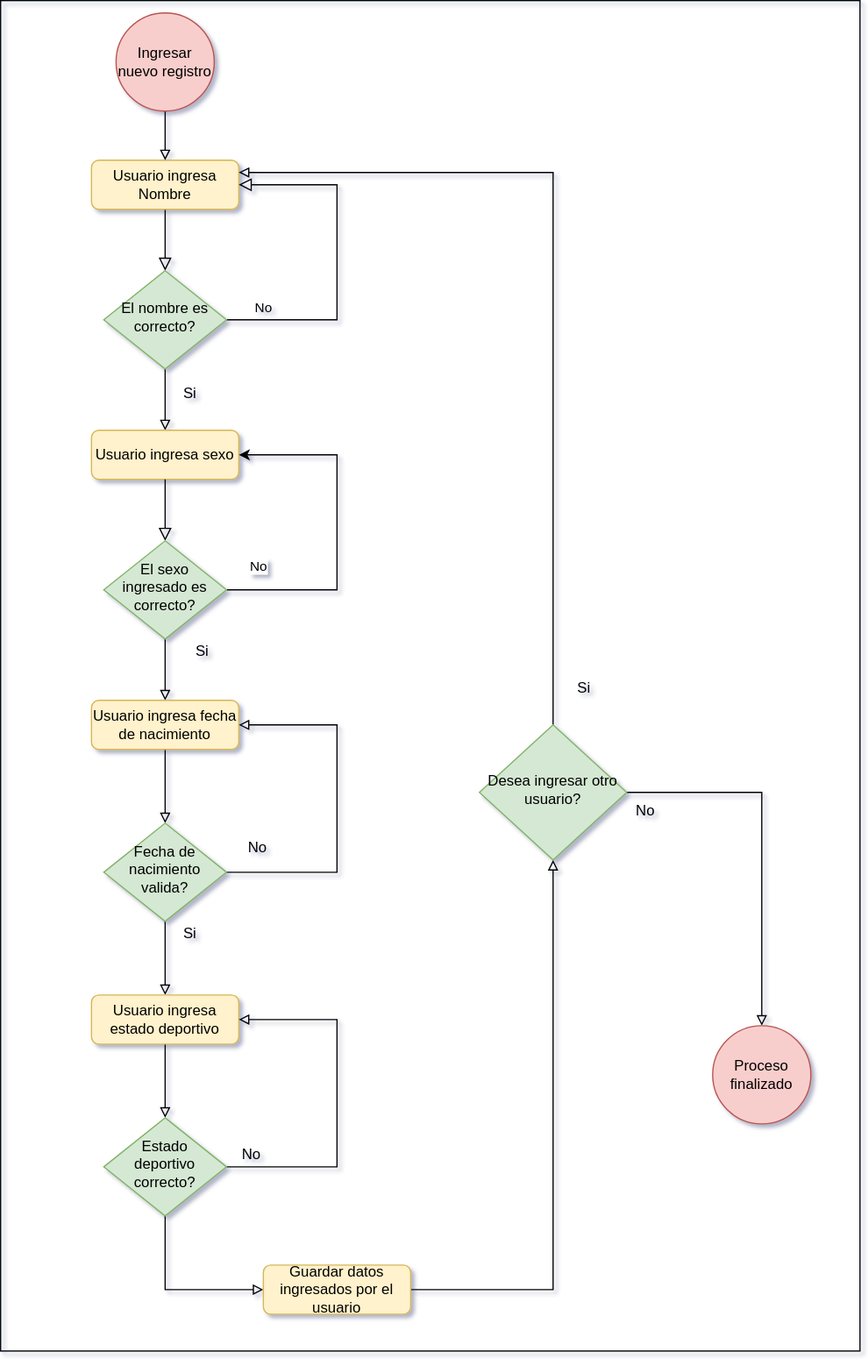
MaxIbanez/Taller1P1_MI_JC keeps this draw.io diagram as Diagramas/DiagFlujoIngresarPersona.svg. Above is the earlier version. Source tidied: cells renumbered, new cells last; positions are measured from the earlier drawing's top-left corner, leaving out a move shared by most shapes.
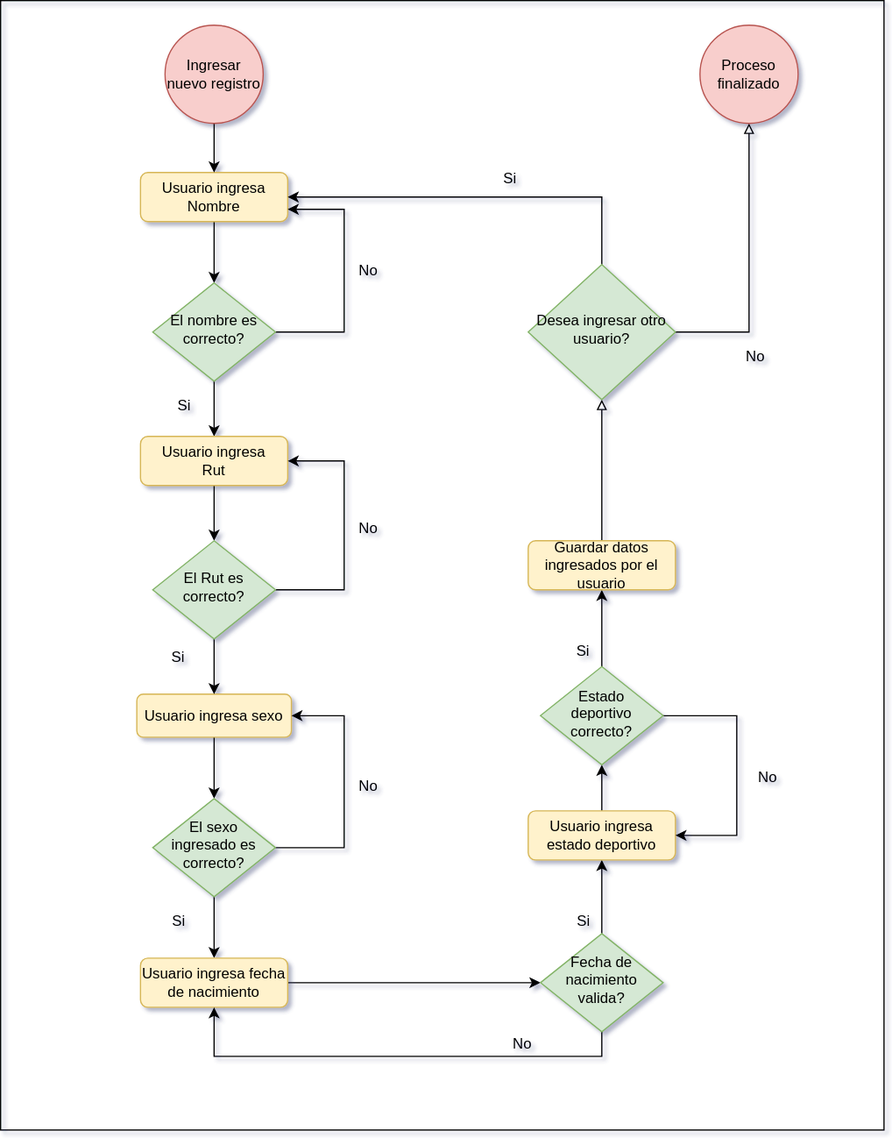
After the commit.

Diff of the diagram source:
```diff
@@ -2,150 +2,172 @@
   <root>
     <mxCell id="0" />
     <mxCell id="1" parent="0" />
-    <mxCell id="2" style="rounded=0;html=1;jettySize=auto;fontSize=11;endArrow=block;endFill=0;endSize=8;strokeWidth=1;shadow=0;labelBackgroundColor=none;edgeStyle=orthogonalEdgeStyle;" parent="1" edge="1" source="3" target="6">
+    <mxCell id="2" style="edgeStyle=orthogonalEdgeStyle;rounded=0;jettySize=auto;html=1;" parent="1" edge="1" source="3" target="6">
       <mxGeometry relative="1" as="geometry" />
     </mxCell>
     <mxCell id="3" value="Usuario ingresa Nombre" style="rounded=1;whiteSpace=wrap;html=1;fontSize=12;glass=0;strokeWidth=1;shadow=0;fillColor=#fff2cc;strokeColor=#d6b656;" parent="1" vertex="1">
       <mxGeometry x="74" y="130" width="120" height="40" as="geometry" />
     </mxCell>
+    <mxCell id="39" style="edgeStyle=orthogonalEdgeStyle;rounded=0;jettySize=auto;html=1;entryX=0.5;entryY=0;entryDx=0;entryDy=0;" parent="1" edge="1" source="6" target="43">
+      <mxGeometry relative="1" as="geometry" />
+    </mxCell>
-    <mxCell id="4" value="No" style="edgeStyle=orthogonalEdgeStyle;rounded=0;html=1;jettySize=auto;fontSize=11;endArrow=block;endFill=0;endSize=8;strokeWidth=1;shadow=0;labelBackgroundColor=none;entryX=1;entryY=0.5;entryDx=0;entryDy=0;" parent="1" edge="1" source="6" target="3">
-      <mxGeometry x="-0.79" y="10" relative="1" as="geometry">
+    <mxCell id="4" style="edgeStyle=orthogonalEdgeStyle;rounded=0;jettySize=auto;html=1;entryX=1;entryY=0.75;entryDx=0;entryDy=0;" parent="1" edge="1" source="6" target="3">
+      <mxGeometry relative="1" as="geometry">
         <Array as="points">
-          <mxPoint x="274" y="260" />
-          <mxPoint x="274" y="150" />
+          <mxPoint x="240" y="260" />
+          <mxPoint x="240" y="160" />
         </Array>
       </mxGeometry>
     </mxCell>
-    <mxCell id="5" style="edgeStyle=orthogonalEdgeStyle;rounded=0;jettySize=auto;html=1;endArrow=block;endFill=0;" parent="1" edge="1" source="6" target="7">
-      <mxGeometry relative="1" as="geometry" />
-    </mxCell>
     <mxCell id="6" value="El nombre es correcto?" style="rhombus;whiteSpace=wrap;html=1;shadow=0;fontFamily=Helvetica;fontSize=12;align=center;strokeWidth=1;spacing=6;spacingTop=-4;fillColor=#d5e8d4;strokeColor=#82b366;" parent="1" vertex="1">
       <mxGeometry x="84" y="220" width="100" height="80" as="geometry" />
     </mxCell>
+    <mxCell id="40" style="edgeStyle=orthogonalEdgeStyle;rounded=0;jettySize=auto;html=1;" parent="1" edge="1" source="7" target="12">
+      <mxGeometry relative="1" as="geometry" />
+    </mxCell>
     <mxCell id="7" value="Usuario ingresa sexo" style="rounded=1;whiteSpace=wrap;html=1;fontSize=12;glass=0;strokeWidth=1;shadow=0;fillColor=#fff2cc;strokeColor=#d6b656;" parent="1" vertex="1">
-      <mxGeometry x="74" y="350" width="120" height="40" as="geometry" />
+      <mxGeometry x="71" y="555" width="126" height="35" as="geometry" />
     </mxCell>
-    <mxCell id="8" style="rounded=0;html=1;jettySize=auto;fontSize=11;endArrow=block;endFill=0;endSize=8;strokeWidth=1;shadow=0;labelBackgroundColor=none;edgeStyle=orthogonalEdgeStyle;" parent="1" edge="1" target="12">
-      <mxGeometry relative="1" as="geometry">
-        <mxPoint x="134" y="390" as="sourcePoint" />
-      </mxGeometry>
-    </mxCell>
     <mxCell id="9" style="edgeStyle=orthogonalEdgeStyle;rounded=0;jettySize=auto;html=1;entryX=1;entryY=0.5;entryDx=0;entryDy=0;" parent="1" edge="1" source="12" target="7">
       <mxGeometry relative="1" as="geometry">
         <Array as="points">
-          <mxPoint x="274" y="480" />
-          <mxPoint x="274" y="370" />
+          <mxPoint x="240" y="680" />
+          <mxPoint x="240" y="573" />
         </Array>
       </mxGeometry>
     </mxCell>
-    <mxCell id="10" value="No" style="edgeLabel;html=1;align=center;verticalAlign=middle;" parent="9" vertex="1">
-      <mxGeometry x="-0.8" relative="1" as="geometry">
-        <mxPoint x="-3" y="-20" as="offset" />
-      </mxGeometry>
-    </mxCell>
-    <mxCell id="11" style="edgeStyle=orthogonalEdgeStyle;rounded=0;jettySize=auto;html=1;endArrow=block;endFill=0;" parent="1" edge="1" source="12" target="14">
+    <mxCell id="11" style="edgeStyle=orthogonalEdgeStyle;rounded=0;jettySize=auto;html=1;" parent="1" edge="1" source="12" target="14">
       <mxGeometry relative="1" as="geometry" />
     </mxCell>
     <mxCell id="12" value="El sexo ingresado es correcto?" style="rhombus;whiteSpace=wrap;html=1;shadow=0;fontFamily=Helvetica;fontSize=12;align=center;strokeWidth=1;spacing=6;spacingTop=-4;fillColor=#d5e8d4;strokeColor=#82b366;" parent="1" vertex="1">
-      <mxGeometry x="84" y="440" width="100" height="80" as="geometry" />
+      <mxGeometry x="84" y="640" width="100" height="80" as="geometry" />
     </mxCell>
-    <mxCell id="13" style="edgeStyle=orthogonalEdgeStyle;rounded=0;jettySize=auto;html=1;endArrow=block;endFill=0;" parent="1" edge="1" source="14" target="17">
+    <mxCell id="13" style="edgeStyle=orthogonalEdgeStyle;rounded=0;jettySize=auto;html=1;entryX=0;entryY=0.5;entryDx=0;entryDy=0;" parent="1" edge="1" source="14" target="17">
       <mxGeometry relative="1" as="geometry" />
     </mxCell>
     <mxCell id="14" value="Usuario ingresa fecha de nacimiento" style="rounded=1;whiteSpace=wrap;html=1;fontSize=12;glass=0;strokeWidth=1;shadow=0;fillColor=#fff2cc;strokeColor=#d6b656;" parent="1" vertex="1">
-      <mxGeometry x="74" y="570" width="120" height="40" as="geometry" />
+      <mxGeometry x="74" y="770" width="120" height="40" as="geometry" />
     </mxCell>
-    <mxCell id="15" style="edgeStyle=orthogonalEdgeStyle;rounded=0;jettySize=auto;html=1;entryX=1;entryY=0.5;entryDx=0;entryDy=0;endArrow=block;endFill=0;" parent="1" edge="1" source="17" target="14">
+    <mxCell id="15" style="edgeStyle=orthogonalEdgeStyle;rounded=0;jettySize=auto;html=1;entryX=0.5;entryY=1;entryDx=0;entryDy=0;" parent="1" edge="1" source="17" target="14">
       <mxGeometry relative="1" as="geometry">
         <Array as="points">
-          <mxPoint x="274" y="710" />
-          <mxPoint x="274" y="590" />
+          <mxPoint x="450" y="850" />
+          <mxPoint x="134" y="850" />
         </Array>
       </mxGeometry>
     </mxCell>
-    <mxCell id="16" style="edgeStyle=orthogonalEdgeStyle;rounded=0;jettySize=auto;html=1;endArrow=block;endFill=0;" parent="1" edge="1" source="17" target="20">
+    <mxCell id="16" style="edgeStyle=orthogonalEdgeStyle;rounded=0;jettySize=auto;html=1;" parent="1" edge="1" source="17" target="20">
       <mxGeometry relative="1" as="geometry" />
     </mxCell>
     <mxCell id="17" value="Fecha de nacimiento valida?" style="rhombus;whiteSpace=wrap;html=1;shadow=0;fontFamily=Helvetica;fontSize=12;align=center;strokeWidth=1;spacing=6;spacingTop=-4;fillColor=#d5e8d4;strokeColor=#82b366;" parent="1" vertex="1">
-      <mxGeometry x="84" y="670" width="100" height="80" as="geometry" />
+      <mxGeometry x="400" y="750" width="100" height="80" as="geometry" />
     </mxCell>
     <mxCell id="18" value="No" style="text;html=1;align=center;verticalAlign=middle;" parent="1" vertex="1">
-      <mxGeometry x="194" y="680" width="30" height="20" as="geometry" />
+      <mxGeometry x="370" y="830" width="30" height="20" as="geometry" />
     </mxCell>
-    <mxCell id="19" style="edgeStyle=orthogonalEdgeStyle;rounded=0;jettySize=auto;html=1;entryX=0.5;entryY=0;entryDx=0;entryDy=0;endArrow=block;endFill=0;" parent="1" edge="1" source="20" target="26">
+    <mxCell id="19" style="edgeStyle=orthogonalEdgeStyle;rounded=0;jettySize=auto;html=1;" parent="1" edge="1" source="20" target="26">
       <mxGeometry relative="1" as="geometry" />
     </mxCell>
     <mxCell id="20" value="Usuario ingresa estado deportivo" style="rounded=1;whiteSpace=wrap;html=1;fontSize=12;glass=0;strokeWidth=1;shadow=0;fillColor=#fff2cc;strokeColor=#d6b656;" parent="1" vertex="1">
-      <mxGeometry x="74" y="810" width="120" height="40" as="geometry" />
+      <mxGeometry x="390" y="650" width="120" height="40" as="geometry" />
     </mxCell>
     <mxCell id="21" value="Si" style="text;html=1;align=center;verticalAlign=middle;" parent="1" vertex="1">
-      <mxGeometry x="139" y="750" width="30" height="20" as="geometry" />
+      <mxGeometry x="420" y="730" width="30" height="20" as="geometry" />
     </mxCell>
-    <mxCell id="22" value="Si" style="text;html=1;align=center;verticalAlign=middle;" parent="1" vertex="1">
-      <mxGeometry x="139" y="310" width="30" height="20" as="geometry" />
-    </mxCell>
     <mxCell id="23" value="Si" style="text;html=1;align=center;verticalAlign=middle;" parent="1" vertex="1">
-      <mxGeometry x="149" y="520" width="30" height="20" as="geometry" />
+      <mxGeometry x="90" y="730" width="30" height="20" as="geometry" />
     </mxCell>
-    <mxCell id="24" style="edgeStyle=orthogonalEdgeStyle;rounded=0;jettySize=auto;html=1;entryX=1;entryY=0.5;entryDx=0;entryDy=0;endArrow=block;endFill=0;" parent="1" edge="1" source="26" target="20">
+    <mxCell id="24" style="edgeStyle=orthogonalEdgeStyle;rounded=0;jettySize=auto;html=1;entryX=1;entryY=0.5;entryDx=0;entryDy=0;" parent="1" edge="1" source="26" target="20">
       <mxGeometry relative="1" as="geometry">
         <Array as="points">
-          <mxPoint x="274" y="950" />
-          <mxPoint x="274" y="830" />
+          <mxPoint x="560" y="573" />
+          <mxPoint x="560" y="670" />
         </Array>
       </mxGeometry>
     </mxCell>
-    <mxCell id="25" style="edgeStyle=orthogonalEdgeStyle;rounded=0;jettySize=auto;html=1;endArrow=block;endFill=0;entryX=0;entryY=0.5;entryDx=0;entryDy=0;" parent="1" edge="1" source="26" target="29">
-      <mxGeometry relative="1" as="geometry">
-        <Array as="points">
-          <mxPoint x="134" y="1050" />
-        </Array>
-      </mxGeometry>
+    <mxCell id="25" style="edgeStyle=orthogonalEdgeStyle;rounded=0;jettySize=auto;html=1;entryX=0.5;entryY=1;entryDx=0;entryDy=0;" parent="1" edge="1" source="26" target="29">
+      <mxGeometry relative="1" as="geometry" />
     </mxCell>
     <mxCell id="26" value="Estado deportivo correcto?" style="rhombus;whiteSpace=wrap;html=1;shadow=0;fontFamily=Helvetica;fontSize=12;align=center;strokeWidth=1;spacing=6;spacingTop=-4;fillColor=#d5e8d4;strokeColor=#82b366;" parent="1" vertex="1">
-      <mxGeometry x="84" y="910" width="100" height="80" as="geometry" />
+      <mxGeometry x="400" y="532.5" width="100" height="80" as="geometry" />
     </mxCell>
     <mxCell id="27" value="No" style="text;html=1;align=center;verticalAlign=middle;" parent="1" vertex="1">
-      <mxGeometry x="189" y="930" width="30" height="20" as="geometry" />
+      <mxGeometry x="570" y="612.5" width="30" height="20" as="geometry" />
     </mxCell>
     <mxCell id="28" style="edgeStyle=orthogonalEdgeStyle;rounded=0;jettySize=auto;html=1;entryX=0.5;entryY=1;entryDx=0;entryDy=0;endArrow=block;endFill=0;" parent="1" edge="1" source="29" target="34">
       <mxGeometry relative="1" as="geometry" />
     </mxCell>
     <mxCell id="29" value="Guardar datos ingresados por el usuario" style="rounded=1;whiteSpace=wrap;html=1;fontSize=12;glass=0;strokeWidth=1;shadow=0;fillColor=#fff2cc;strokeColor=#d6b656;" parent="1" vertex="1">
-      <mxGeometry x="214" y="1030" width="120" height="40" as="geometry" />
+      <mxGeometry x="390" y="430" width="120" height="40" as="geometry" />
     </mxCell>
-    <mxCell id="30" style="edgeStyle=orthogonalEdgeStyle;rounded=0;jettySize=auto;html=1;endArrow=block;endFill=0;" parent="1" edge="1" target="3">
-      <mxGeometry relative="1" as="geometry">
-        <mxPoint x="134" y="90" as="sourcePoint" />
-      </mxGeometry>
-    </mxCell>
+    <mxCell id="41" style="edgeStyle=orthogonalEdgeStyle;rounded=0;jettySize=auto;html=1;exitX=0.5;exitY=1;exitDx=0;exitDy=0;" parent="1" edge="1" source="31" target="3">
+      <mxGeometry relative="1" as="geometry" />
+    </mxCell>
     <mxCell id="31" value="Ingresar nuevo registro" style="ellipse;whiteSpace=wrap;html=1;fillColor=#f8cecc;strokeColor=#b85450;" parent="1" vertex="1">
       <mxGeometry x="94" y="10" width="80" height="80" as="geometry" />
     </mxCell>
+    <mxCell id="33" style="edgeStyle=orthogonalEdgeStyle;rounded=0;jettySize=auto;html=1;endArrow=block;endFill=0;" parent="1" edge="1" source="34" target="37">
+      <mxGeometry relative="1" as="geometry" />
+    </mxCell>
-    <mxCell id="32" style="edgeStyle=orthogonalEdgeStyle;rounded=0;jettySize=auto;html=1;endArrow=block;endFill=0;" parent="1" edge="1" source="34" target="3">
+    <mxCell id="32" style="edgeStyle=orthogonalEdgeStyle;rounded=0;jettySize=auto;html=1;" parent="1" edge="1" source="34" target="3">
       <mxGeometry relative="1" as="geometry">
         <Array as="points">
-          <mxPoint x="450" y="140" />
+          <mxPoint x="450" y="150" />
         </Array>
       </mxGeometry>
     </mxCell>
-    <mxCell id="33" style="edgeStyle=orthogonalEdgeStyle;rounded=0;jettySize=auto;html=1;endArrow=block;endFill=0;" parent="1" edge="1" source="34" target="37">
-      <mxGeometry relative="1" as="geometry" />
-    </mxCell>
     <mxCell id="34" value="Desea ingresar otro usuario?" style="rhombus;whiteSpace=wrap;html=1;shadow=0;fontFamily=Helvetica;fontSize=12;align=center;strokeWidth=1;spacing=6;spacingTop=-4;fillColor=#d5e8d4;strokeColor=#82b366;" parent="1" vertex="1">
-      <mxGeometry x="390" y="590" width="120" height="110" as="geometry" />
+      <mxGeometry x="390" y="205" width="120" height="110" as="geometry" />
     </mxCell>
     <mxCell id="35" value="Si" style="text;html=1;align=center;verticalAlign=middle;" parent="1" vertex="1">
-      <mxGeometry x="460" y="550" width="30" height="20" as="geometry" />
+      <mxGeometry x="360" y="125" width="30" height="20" as="geometry" />
     </mxCell>
     <mxCell id="36" value="No" style="text;html=1;align=center;verticalAlign=middle;" parent="1" vertex="1">
-      <mxGeometry x="510" y="650" width="30" height="20" as="geometry" />
+      <mxGeometry x="560" y="270" width="30" height="20" as="geometry" />
     </mxCell>
     <mxCell id="37" value="Proceso finalizado" style="ellipse;whiteSpace=wrap;html=1;fillColor=#f8cecc;strokeColor=#b85450;" parent="1" vertex="1">
-      <mxGeometry x="580" y="835" width="80" height="80" as="geometry" />
+      <mxGeometry x="530" y="10" width="80" height="80" as="geometry" />
     </mxCell>
     <mxCell id="38" style="rounded=0;whiteSpace=wrap;html=1;fillColor=none;" parent="1" vertex="1">
-      <mxGeometry width="700" height="1100" as="geometry" />
+      <mxGeometry x="-40" y="-10" width="720" height="920" as="geometry" />
     </mxCell>
+    <mxCell id="42" style="edgeStyle=orthogonalEdgeStyle;rounded=0;jettySize=auto;html=1;" parent="1" edge="1" source="43" target="46">
+      <mxGeometry relative="1" as="geometry" />
+    </mxCell>
+    <mxCell id="43" value="Usuario ingresa&lt;br&gt;Rut" style="rounded=1;whiteSpace=wrap;html=1;fillColor=#fff2cc;strokeColor=#d6b656;" parent="1" vertex="1">
+      <mxGeometry x="74" y="345" width="120" height="40" as="geometry" />
+    </mxCell>
+    <mxCell id="44" style="edgeStyle=orthogonalEdgeStyle;rounded=0;jettySize=auto;html=1;entryX=1;entryY=0.5;entryDx=0;entryDy=0;" parent="1" edge="1" source="46" target="43">
+      <mxGeometry relative="1" as="geometry">
+        <Array as="points">
+          <mxPoint x="240" y="470" />
+          <mxPoint x="240" y="365" />
+        </Array>
+      </mxGeometry>
+    </mxCell>
+    <mxCell id="45" style="edgeStyle=orthogonalEdgeStyle;rounded=0;jettySize=auto;html=1;" parent="1" edge="1" source="46" target="7">
+      <mxGeometry relative="1" as="geometry" />
+    </mxCell>
+    <mxCell id="46" value="El Rut es correcto?" style="rhombus;whiteSpace=wrap;html=1;shadow=0;fontFamily=Helvetica;fontSize=12;align=center;strokeWidth=1;spacing=6;spacingTop=-4;fillColor=#d5e8d4;strokeColor=#82b366;" parent="1" vertex="1">
+      <mxGeometry x="84" y="430" width="100" height="80" as="geometry" />
+    </mxCell>
+    <mxCell id="47" value="No" style="text;html=1;strokeColor=none;fillColor=none;align=center;verticalAlign=middle;whiteSpace=wrap;rounded=0;" parent="1" vertex="1">
+      <mxGeometry x="240" y="200" width="40" height="20" as="geometry" />
+    </mxCell>
+    <mxCell id="48" value="No" style="text;html=1;strokeColor=none;fillColor=none;align=center;verticalAlign=middle;whiteSpace=wrap;rounded=0;" parent="1" vertex="1">
+      <mxGeometry x="240" y="410" width="40" height="20" as="geometry" />
+    </mxCell>
+    <mxCell id="49" value="Si" style="text;html=1;strokeColor=none;fillColor=none;align=center;verticalAlign=middle;whiteSpace=wrap;rounded=0;" parent="1" vertex="1">
+      <mxGeometry x="90" y="310" width="40" height="20" as="geometry" />
+    </mxCell>
+    <mxCell id="50" value="Si" style="text;html=1;strokeColor=none;fillColor=none;align=center;verticalAlign=middle;whiteSpace=wrap;rounded=0;" parent="1" vertex="1">
+      <mxGeometry x="85" y="515" width="40" height="20" as="geometry" />
+    </mxCell>
+    <mxCell id="51" value="No" style="text;html=1;strokeColor=none;fillColor=none;align=center;verticalAlign=middle;whiteSpace=wrap;rounded=0;" parent="1" vertex="1">
+      <mxGeometry x="240" y="620" width="40" height="20" as="geometry" />
+    </mxCell>
+    <mxCell id="52" value="Si" style="text;html=1;strokeColor=none;fillColor=none;align=center;verticalAlign=middle;whiteSpace=wrap;rounded=0;" parent="1" vertex="1">
+      <mxGeometry x="415" y="510" width="40" height="20" as="geometry" />
+    </mxCell>
   </root>
 </mxGraphModel>
```
